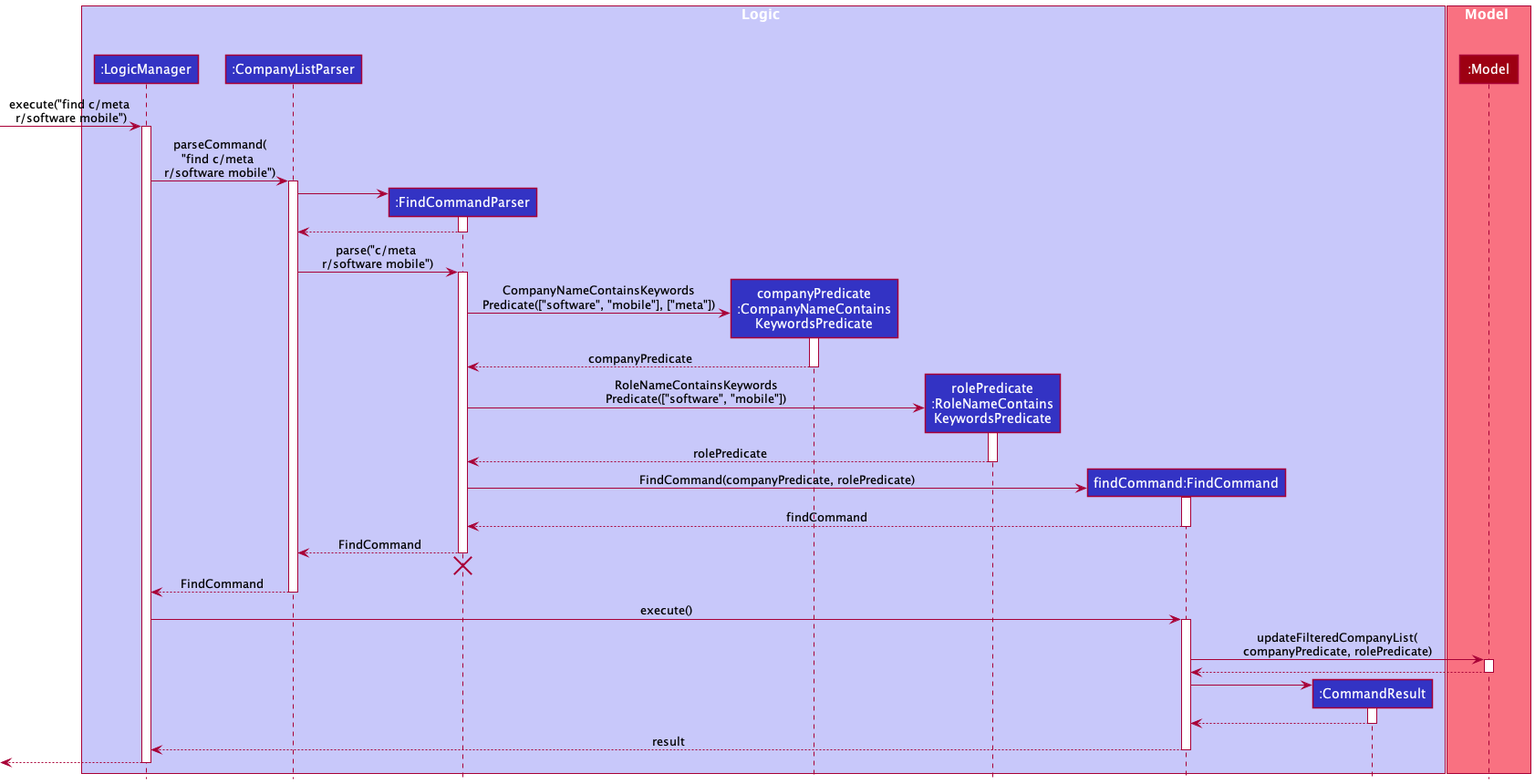
Above: docs/images/FindSequenceDiagram.png in nus-cs2103-AY2122S2/tp (PlantUML), before the change.
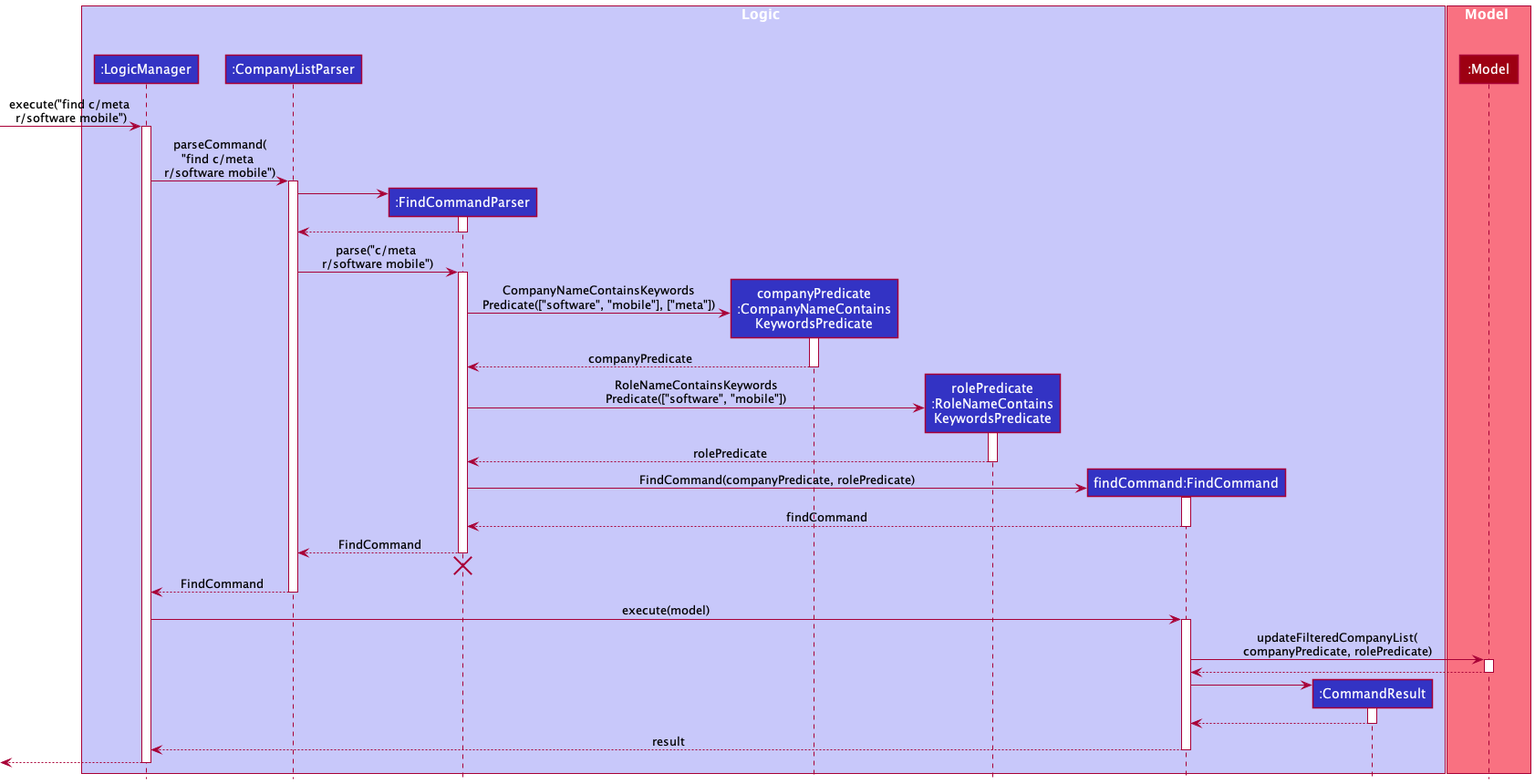
After the commit.

What changed in the source:
```diff
@@ -60,7 +60,7 @@
 CompanyListParser --> LogicManager : FindCommand
 deactivate CompanyListParser
 
-LogicManager -> FindCommand : execute()
+LogicManager -> FindCommand : execute(model)
 activate FindCommand
 
 FindCommand -> Model : updateFilteredCompanyList(\ncompanyPredicate, rolePredicate)
```
